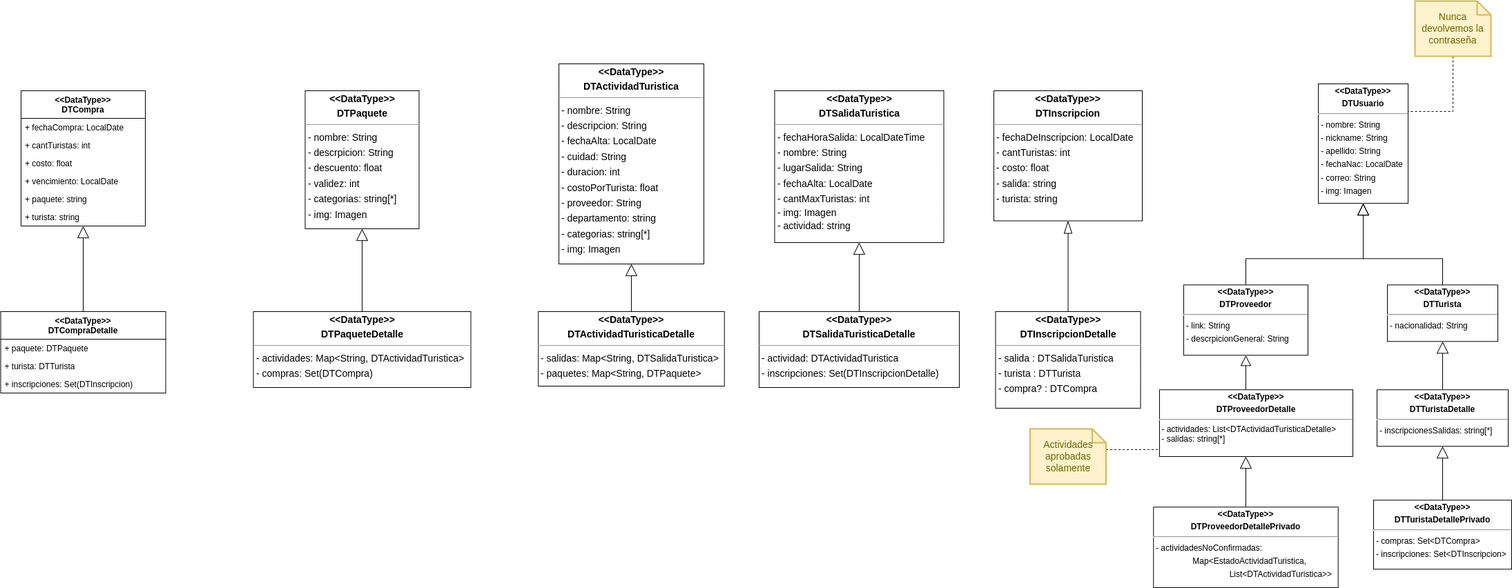
FacundoDiaz00/Taller-de-Programaci-n keeps this draw.io diagram as docs/Iteración 2/Diseño/DT.png. Above is the earlier version. Source tidied: cells renumbered, new cells last; positions are measured from the earlier drawing's top-left corner, leaving out a move shared by most shapes.
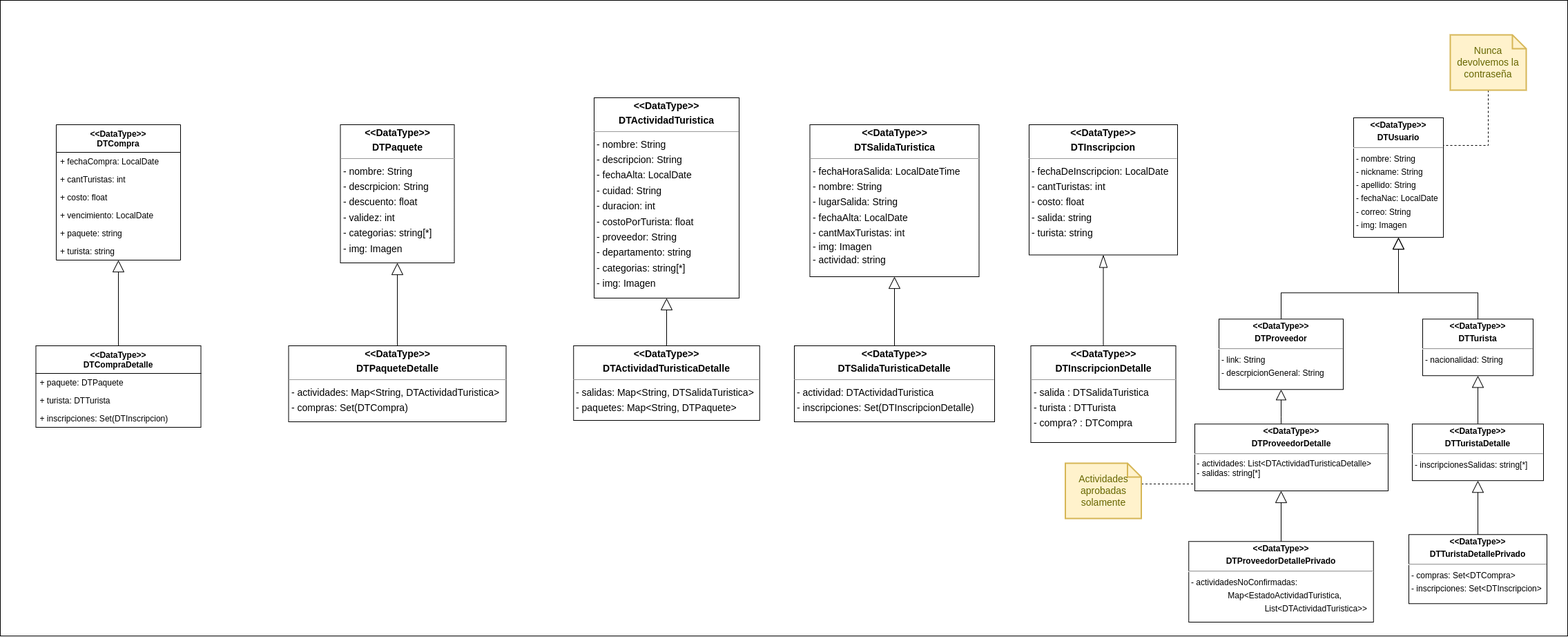
After the change.

Commit message:
Cambios mínimos

What changed in the source:
```diff
@@ -2,6 +2,9 @@
   <root>
     <mxCell id="0" />
     <mxCell id="1" parent="0" />
+    <mxCell id="43" style="rounded=0;whiteSpace=wrap;html=1;" parent="1" vertex="1">
+      <mxGeometry x="-52" y="-50" width="2270" height="920" as="geometry" />
+    </mxCell>
     <mxCell id="2" value="&lt;p style=&quot;margin:0px;margin-top:4px;text-align:center;&quot;&gt;&lt;b&gt;&amp;lt;&amp;lt;DataType&amp;gt;&amp;gt;&lt;/b&gt;&lt;b&gt;&lt;br&gt;&lt;/b&gt;&lt;/p&gt;&lt;p style=&quot;margin:0px;margin-top:4px;text-align:center;&quot;&gt;&lt;b&gt;DTInscripcion&lt;/b&gt;&lt;/p&gt;&lt;hr size=&quot;1&quot;&gt;&lt;p style=&quot;margin:0 0 0 4px;line-height:1.6;&quot;&gt;&lt;span style=&quot;background-color: initial;&quot;&gt;- fechaDeInscripcion: LocalDate&lt;/span&gt;&lt;br&gt;&lt;/p&gt;&lt;p style=&quot;margin:0 0 0 4px;line-height:1.6;&quot;&gt;- cantTuristas: int&lt;/p&gt;&lt;p style=&quot;margin:0 0 0 4px;line-height:1.6;&quot;&gt;- costo: float&lt;/p&gt;&lt;p style=&quot;margin:0 0 0 4px;line-height:1.6;&quot;&gt;- salida: string&lt;/p&gt;&lt;p style=&quot;margin:0 0 0 4px;line-height:1.6;&quot;&gt;- turista: string&lt;br&gt;&lt;/p&gt;" style="verticalAlign=top;align=left;overflow=fill;fontSize=14;fontFamily=Helvetica;html=1;rounded=0;shadow=0;comic=0;labelBackgroundColor=none;strokeWidth=1;" parent="1" vertex="1">
       <mxGeometry x="1438" y="130" width="215" height="188.5" as="geometry" />
     </mxCell>
```
